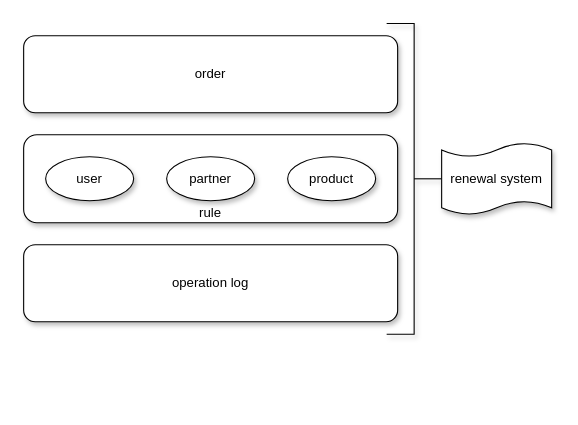
The draw.io diagram page "Page-5" (5 of 6) of auto renew.drawio in hello-benny/hello-benny.github.io, before the edit. Source tidied: cells renumbered, new cells numbered last; positions are measured from the earlier drawing's top-left corner, leaving out a move shared by most shapes. Both pictures are drawn from the tidied source at 110%, with x=0, y=0 at pixel (23, 23).
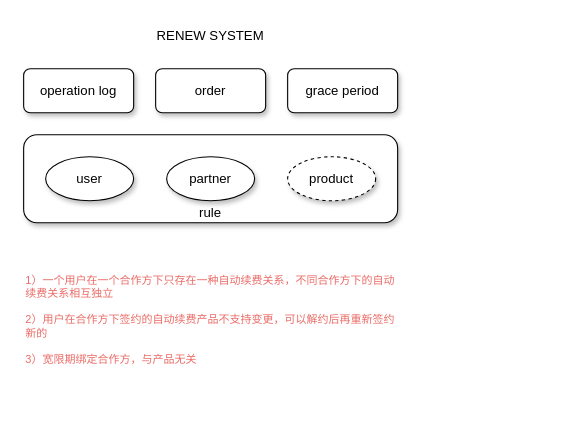
Above is the later version.

The edit, as a diff of the source:
```diff
@@
 <mxGraphModel>
   <root>
     <mxCell id="0" />
     <mxCell id="1" parent="0" />
     <mxCell id="2" value="rule" style="rounded=1;whiteSpace=wrap;html=1;strokeWidth=1;fontColor=#000000;align=center;verticalAlign=bottom;shadow=1;" parent="1" vertex="1">
       <mxGeometry y="101" width="340" height="80" as="geometry" />
     </mxCell>
     <mxCell id="3" value="user" style="ellipse;whiteSpace=wrap;html=1;strokeWidth=1;fontColor=#000000;align=center;shadow=1;" parent="1" vertex="1">
       <mxGeometry x="20" y="121" width="80" height="40" as="geometry" />
     </mxCell>
     <mxCell id="4" value="partner" style="ellipse;whiteSpace=wrap;html=1;strokeWidth=1;fontColor=#000000;align=center;shadow=1;" parent="1" vertex="1">
       <mxGeometry x="130" y="121" width="80" height="40" as="geometry" />
     </mxCell>
-    <mxCell id="5" value="product" style="ellipse;whiteSpace=wrap;html=1;strokeWidth=1;fontColor=#000000;align=center;shadow=1;" parent="1" vertex="1">
+    <mxCell id="5" value="product" style="ellipse;whiteSpace=wrap;html=1;strokeWidth=1;fontColor=#000000;align=center;shadow=1;dashed=1;" parent="1" vertex="1">
       <mxGeometry x="240" y="121" width="80" height="40" as="geometry" />
     </mxCell>
     <mxCell id="6" value="operation log" style="rounded=1;whiteSpace=wrap;html=1;strokeWidth=1;fontColor=#000000;align=center;shadow=1;" parent="1" vertex="1">
-      <mxGeometry y="201" width="340" height="70" as="geometry" />
+      <mxGeometry y="41" width="100" height="40" as="geometry" />
     </mxCell>
     <mxCell id="7" value="order" style="rounded=1;whiteSpace=wrap;html=1;strokeWidth=1;fontColor=#000000;align=center;shadow=1;" parent="1" vertex="1">
-      <mxGeometry y="11" width="340" height="70" as="geometry" />
+      <mxGeometry x="120" y="41" width="100" height="40" as="geometry" />
     </mxCell>
-    <mxCell id="8" style="group;shadow=1;" parent="1" vertex="1">
-      <mxGeometry x="330" y="-0.2" width="150" height="282.5" as="geometry" />
-    </mxCell>
-    <mxCell id="9" style="strokeWidth=1;html=1;shape=mxgraph.flowchart.annotation_2;align=left;labelPosition=right;fontColor=#000000;rotation=-180;fontSize=12;shadow=1;" parent="8" vertex="1">
-      <mxGeometry width="50" height="282.5" as="geometry" />
-    </mxCell>
-    <mxCell id="10" value="renewal system" style="shape=tape;whiteSpace=wrap;html=1;strokeWidth=1;size=0.19;fontSize=12;fontColor=#000000;align=center;shadow=1;" parent="8" vertex="1">
-      <mxGeometry x="50" y="108.8" width="100" height="65" as="geometry" />
-    </mxCell>
+    <mxCell id="11" value="grace period" style="rounded=1;whiteSpace=wrap;html=1;strokeWidth=1;fontColor=#000000;align=center;shadow=1;" parent="1" vertex="1">
+      <mxGeometry x="240" y="41" width="100" height="40" as="geometry" />
+    </mxCell>
+    <mxCell id="12" value="RENEW SYSTEM" style="text;html=1;strokeColor=none;fillColor=none;align=center;verticalAlign=middle;whiteSpace=wrap;rounded=0;shadow=1;dashed=1;fontSize=12;fontColor=#000000;" parent="1" vertex="1">
+      <mxGeometry x="85" y="1" width="170" height="20" as="geometry" />
+    </mxCell>
+    <mxCell id="13" value="&lt;font style=&quot;font-size: 10px&quot; color=&quot;#ea6b66&quot;&gt;1）一个用户在一个合作方下只存在一种自动续费关系，不同合作方下的自动续费关系相互独立&lt;br style=&quot;font-size: 10px&quot;&gt;&lt;br style=&quot;font-size: 10px&quot;&gt;2）用户在合作方下签约的自动续费产品不支持变更，可以解约后再重新签约新的&lt;br style=&quot;font-size: 10px&quot;&gt;&lt;br style=&quot;font-size: 10px&quot;&gt;3）宽限期绑定合作方，与产品无关&lt;/font&gt;" style="text;html=1;strokeColor=none;fillColor=none;align=left;verticalAlign=top;whiteSpace=wrap;rounded=0;shadow=1;fontSize=10;fontColor=#000000;" parent="1" vertex="1">
+      <mxGeometry y="221" width="340" height="120" as="geometry" />
+    </mxCell>
   </root>
 </mxGraphModel>
```
